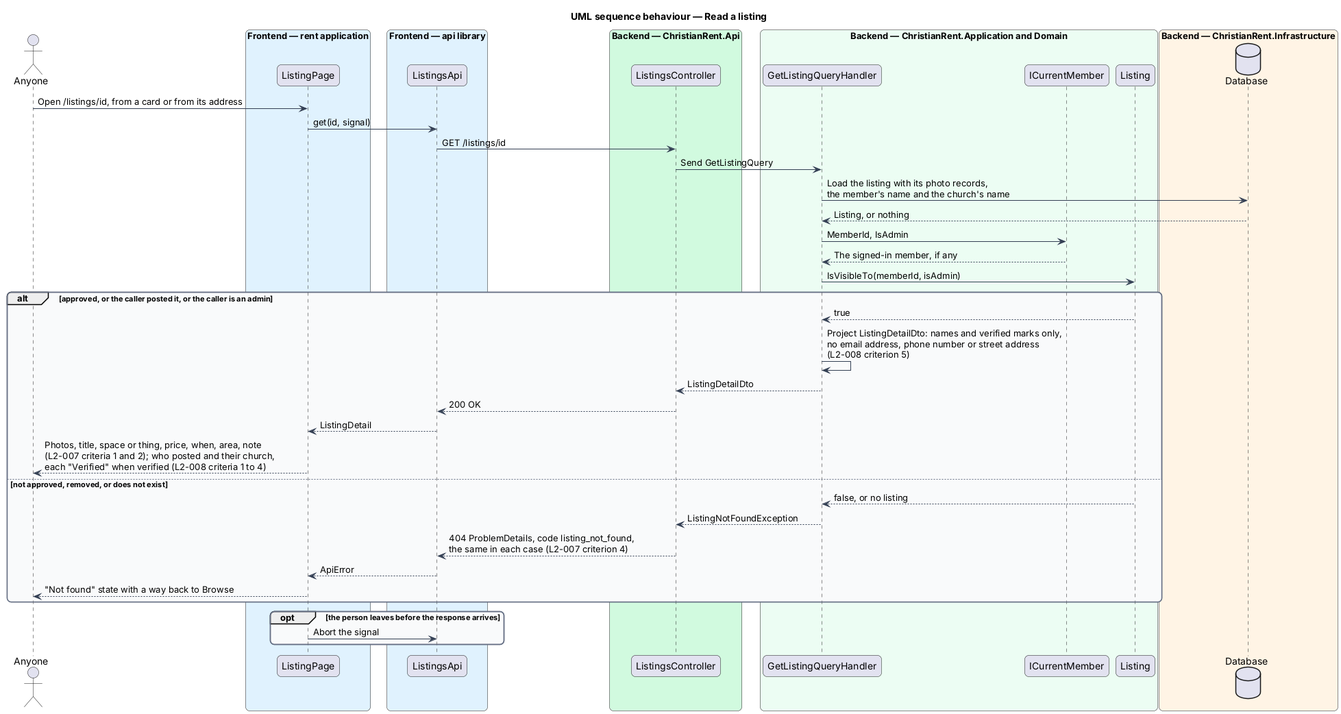
Earlier version of the PlantUML export docs/detailed-designs/listings/read-listing/diagrams/sequence-read-listing.png (QuinntyneBrown/christian-rent).
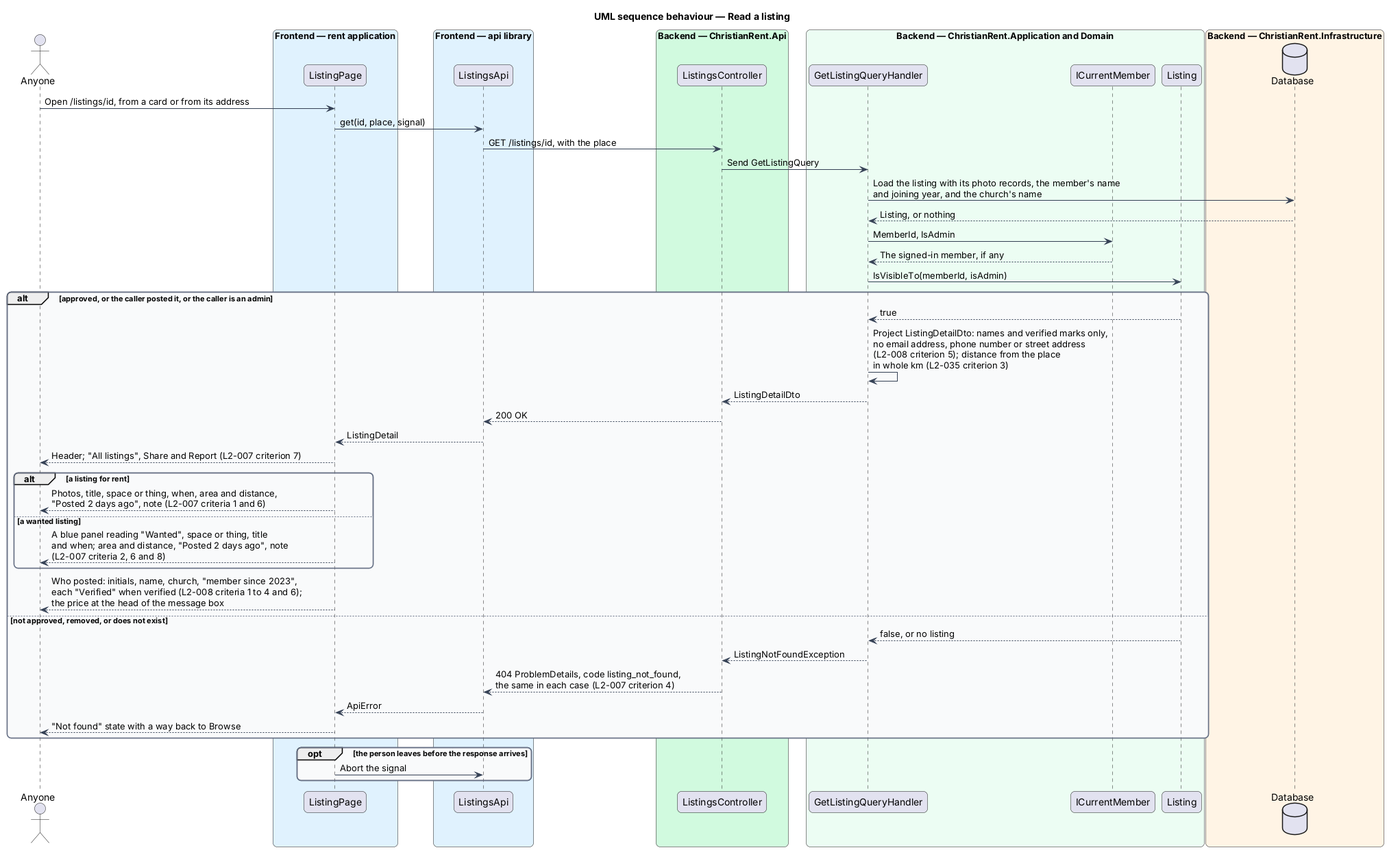
Later version of the same file.

Change to the diagram source:
```diff
@@ -33,21 +33,27 @@
   database "Database" as db
 end box
 actor -> page : Open /listings/id, from a card or from its address
-page -> client : get(id, signal)
-client -> controller : GET /listings/id
+page -> client : get(id, place, signal)
+client -> controller : GET /listings/id, with the place
 controller -> handler : Send GetListingQuery
-handler -> db : Load the listing with its photo records,\nthe member's name and the church's name
+handler -> db : Load the listing with its photo records, the member's name\nand joining year, and the church's name
 db --> handler : Listing, or nothing
 handler -> current : MemberId, IsAdmin
 current --> handler : The signed-in member, if any
 handler -> entity : IsVisibleTo(memberId, isAdmin)
 alt approved, or the caller posted it, or the caller is an admin
   entity --> handler : true
-  handler -> handler : Project ListingDetailDto: names and verified marks only,\nno email address, phone number or street address\n(L2-008 criterion 5)
+  handler -> handler : Project ListingDetailDto: names and verified marks only,\nno email address, phone number or street address\n(L2-008 criterion 5); distance from the place\nin whole km (L2-035 criterion 3)
   handler --> controller : ListingDetailDto
   controller --> client : 200 OK
   client --> page : ListingDetail
-  page --> actor : Photos, title, space or thing, price, when, area, note\n(L2-007 criteria 1 and 2); who posted and their church,\neach "Verified" when verified (L2-008 criteria 1 to 4)
+  page --> actor : Header; "All listings", Share and Report (L2-007 criterion 7)
+  alt a listing for rent
+    page --> actor : Photos, title, space or thing, when, area and distance,\n"Posted 2 days ago", note (L2-007 criteria 1 and 6)
+  else a wanted listing
+    page --> actor : A blue panel reading "Wanted", space or thing, title\nand when; area and distance, "Posted 2 days ago", note\n(L2-007 criteria 2, 6 and 8)
+  end
+  page --> actor : Who posted: initials, name, church, "member since 2023",\neach "Verified" when verified (L2-008 criteria 1 to 4 and 6);\nthe price at the head of the message box
 else not approved, removed, or does not exist
   entity --> handler : false, or no listing
   handler --> controller : ListingNotFoundException
```
